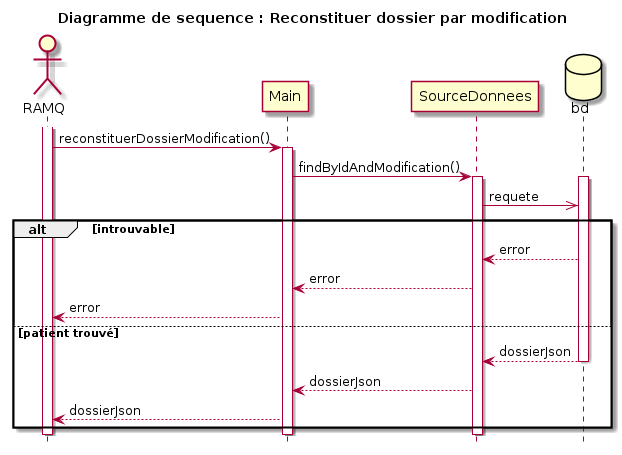
Above: models/Diagramme_Sequences/Reconstruire_dossier_modification/reconstruireDossier_Modification.png in fethiuqam/INF5153-Projet-Session (PlantUML), before the change.
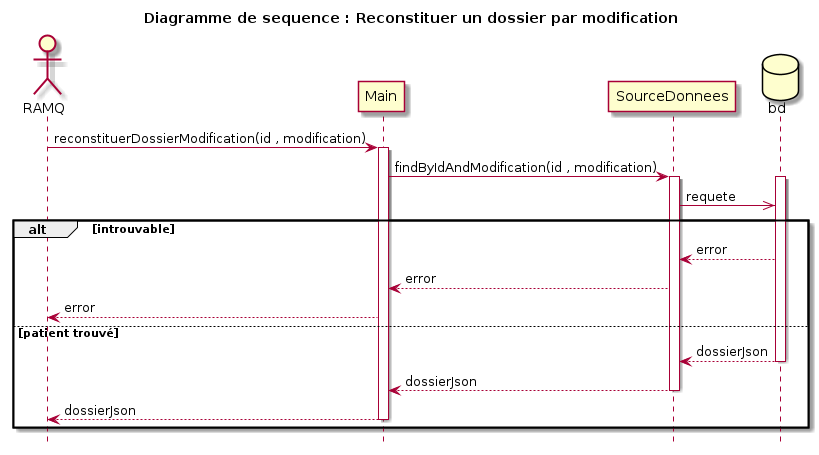
The same diagram one commit later.

Change to the diagram source:
```diff
@@ -1,12 +1,13 @@
 @startuml
-title Diagramme de sequence : Reconstituer dossier par modification
+
+title Diagramme de sequence : Reconstituer un dossier par modification
 hide footbox
 Actor "RAMQ" as ramq
-activate ramq
+
 hide footbox
-ramq -> Main: reconstituerDossierModification()
+ramq -> Main: reconstituerDossierModification(id , modification)
 activate Main
-Main -> SourceDonnees: findByIdAndModification()
+Main -> SourceDonnees: findByIdAndModification(id , modification)
 activate SourceDonnees
 database Bd as "bd"
 activate Bd
@@ -19,11 +20,9 @@
 Bd --> SourceDonnees: dossierJson
 deactivate Bd
 SourceDonnees --> Main: dossierJson
+deactivate SourceDonnees
 Main --> ramq: dossierJson
+deactivate Main
 end
-deactivate SourceDonnees
-
-deactivate Main
-deactivate ramq
 
 @enduml
```
